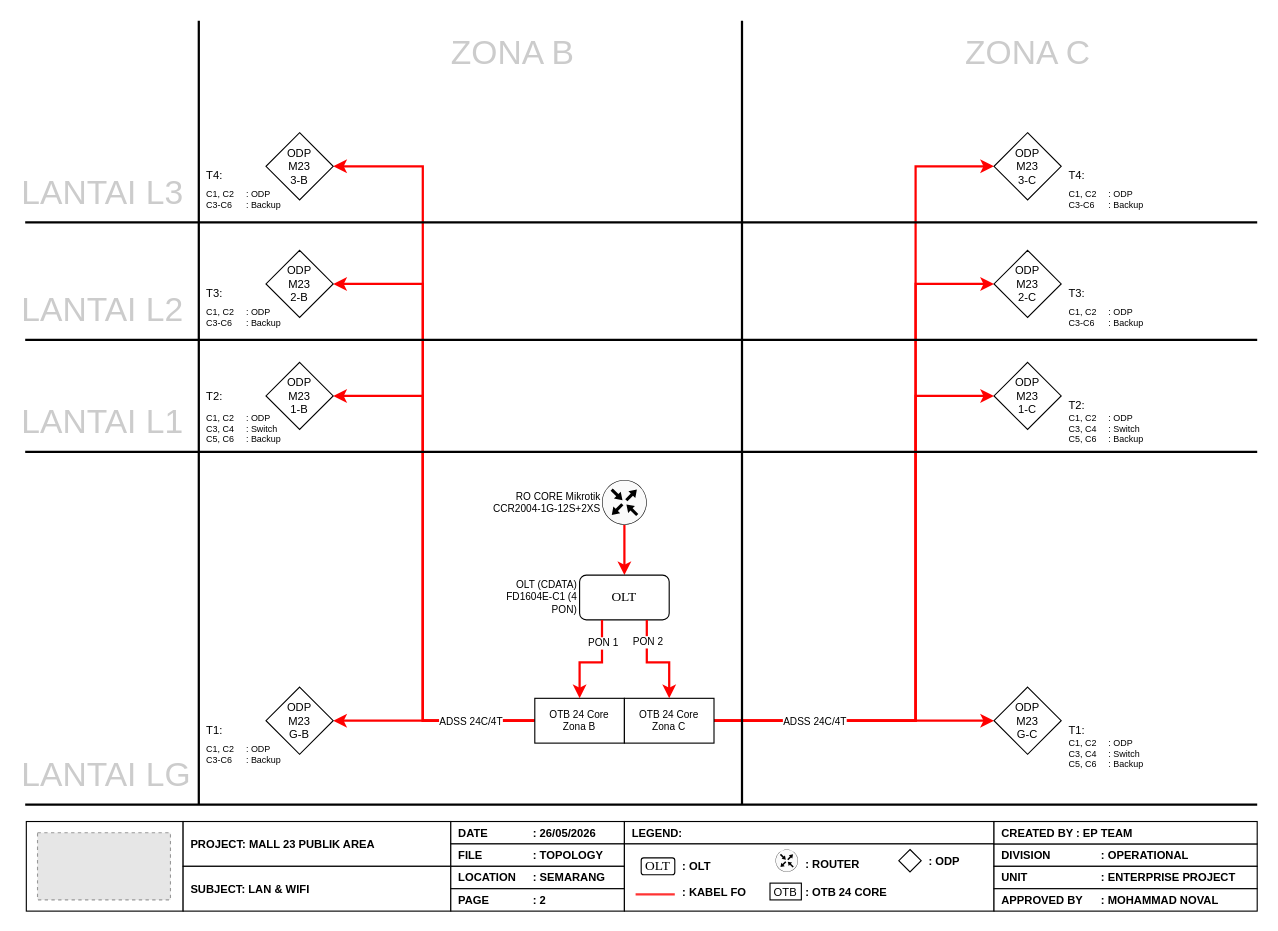
Above: page "TOPOLOGI FO DISTRIBUSI" (2 of 2) of Topologi Mall 23 Semarang.drawio in hnkzf/topologi-site (draw.io), before the change. Source tidied: cells renumbered, new cells numbered last; positions are measured from the earlier drawing's top-left corner, leaving out a move shared by most shapes. Both pictures are drawn from the tidied source at 112%, with x=0, y=0 at pixel (19, 20). Pictures stored in the file or linked from it are replaced by grey dashed boxes.
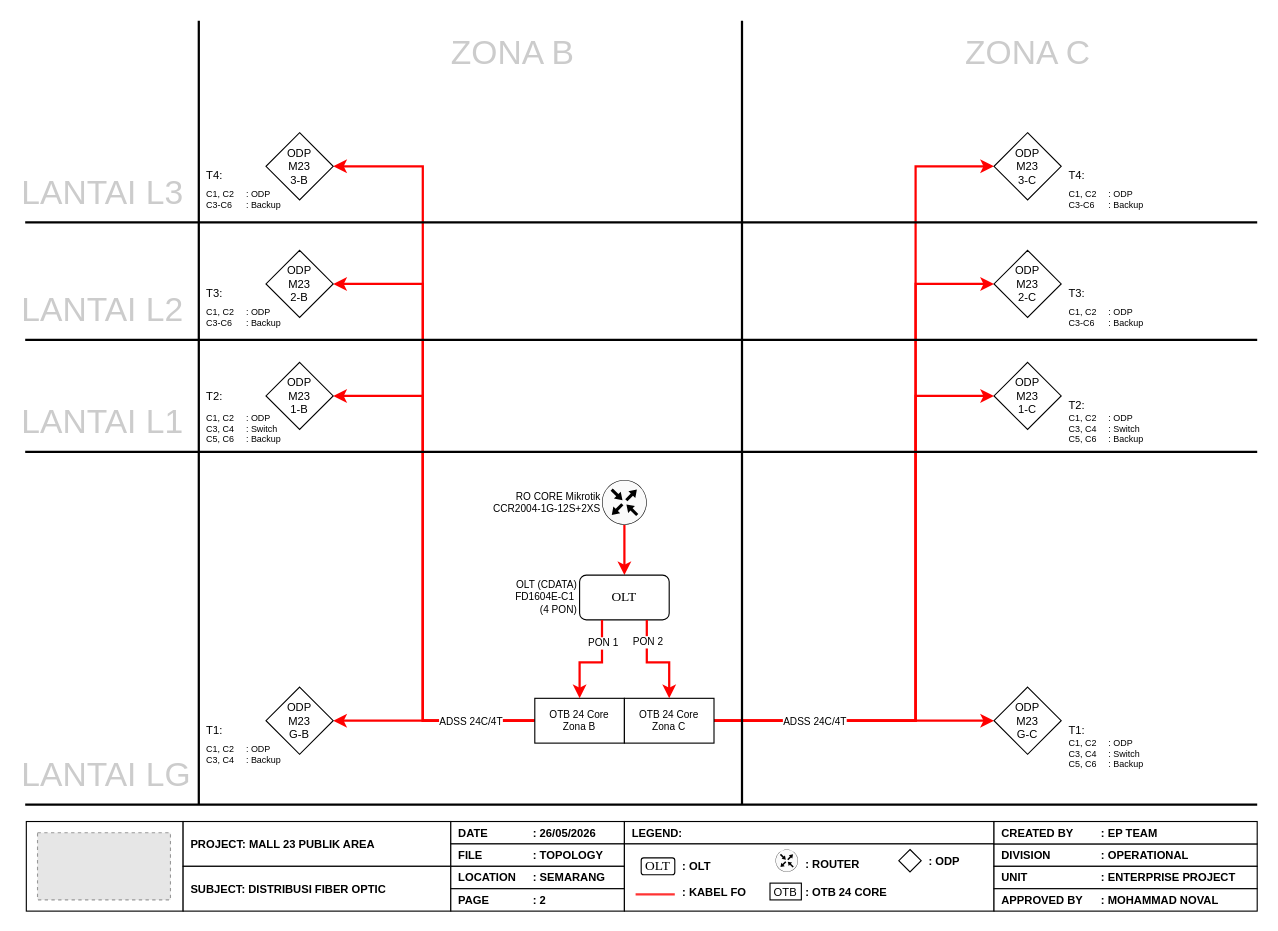
After the change.

The change refers to these unchanged cells:
```xml
<mxCell id="26" style="group;" parent="1" vertex="1">
  <mxGeometry x="500" y="495" width="80" height="40" as="geometry" />
</mxCell>
```

Diff of the diagram source:
```diff
@@
-    <mxCell id="8" value="SUBJECT: LAN &amp;amp; WIFI" style="rounded=0;whiteSpace=wrap;html=1;align=left;fontStyle=1;fontSize=10;spacingLeft=5;" parent="1" vertex="1">
+    <mxCell id="8" value="SUBJECT: DISTRIBUSI FIBER OPTIC" style="rounded=0;whiteSpace=wrap;html=1;align=left;fontStyle=1;fontSize=10;spacingLeft=5;" parent="1" vertex="1">
       <mxGeometry x="146" y="755" width="239" height="40" as="geometry" />
     </mxCell>
@@
-    <mxCell id="18" value="CREATED BY&lt;span style=&quot;white-space: pre;&quot;&gt;&#9;&lt;/span&gt;: EP TEAM" style="rounded=0;whiteSpace=wrap;html=1;align=left;fontStyle=1;fontSize=10;spacingLeft=5;" parent="1" vertex="1">
+    <mxCell id="18" value="CREATED BY&amp;nbsp; &amp;nbsp; &amp;nbsp; &amp;nbsp;&lt;span style=&quot;white-space: pre;&quot;&gt;&#9;&lt;/span&gt;: EP TEAM" style="rounded=0;whiteSpace=wrap;html=1;align=left;fontStyle=1;fontSize=10;spacingLeft=5;" parent="1" vertex="1">
       <mxGeometry x="870" y="715" width="235" height="20" as="geometry" />
     </mxCell>
@@
-    <mxCell id="27" value="OLT (CDATA) FD1604E-C1 (4 PON)" style="rounded=1;whiteSpace=wrap;html=1;labelPosition=left;verticalLabelPosition=middle;align=right;verticalAlign=middle;fontSize=9;" parent="26" vertex="1">
+    <mxCell id="27" value="&lt;div&gt;OLT (CDATA) FD1604E-C1&amp;nbsp;&lt;/div&gt;&lt;div&gt;(4 PON)&lt;/div&gt;" style="rounded=1;whiteSpace=wrap;html=1;labelPosition=left;verticalLabelPosition=middle;align=right;verticalAlign=middle;fontSize=9;" parent="26" vertex="1">
       <mxGeometry width="80" height="40" as="geometry" />
     </mxCell>
@@
-    <mxCell id="79" value="&lt;div&gt;C1, C2&lt;span style=&quot;white-space: pre;&quot;&gt;&#9;&lt;/span&gt;: ODP&lt;/div&gt;&lt;div&gt;C3-C6&lt;span style=&quot;white-space: pre;&quot;&gt;&#9;&lt;/span&gt;:&amp;nbsp;Backup&lt;/div&gt;" style="text;html=1;whiteSpace=wrap;strokeColor=none;fillColor=none;align=left;verticalAlign=middle;rounded=0;fontSize=8;" parent="1" vertex="1">
+    <mxCell id="79" value="&lt;div&gt;C1, C2&lt;span style=&quot;white-space: pre;&quot;&gt;&#9;&lt;/span&gt;: ODP&lt;/div&gt;&lt;div&gt;C3, C4&lt;span style=&quot;white-space: pre;&quot;&gt;&#9;&lt;/span&gt;:&amp;nbsp;Backup&lt;/div&gt;" style="text;html=1;whiteSpace=wrap;strokeColor=none;fillColor=none;align=left;verticalAlign=middle;rounded=0;fontSize=8;" parent="1" vertex="1">
       <mxGeometry x="165" y="640" width="75" height="30" as="geometry" />
     </mxCell>
```
